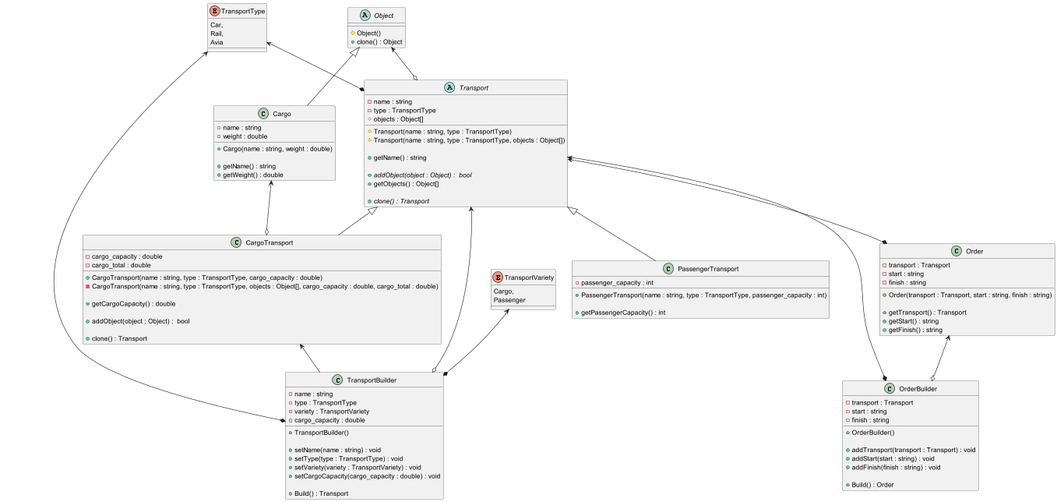
it-top-shambala/TransportCompany_ keeps this PlantUML diagram as class_diagram.png. Above is the earlier version.
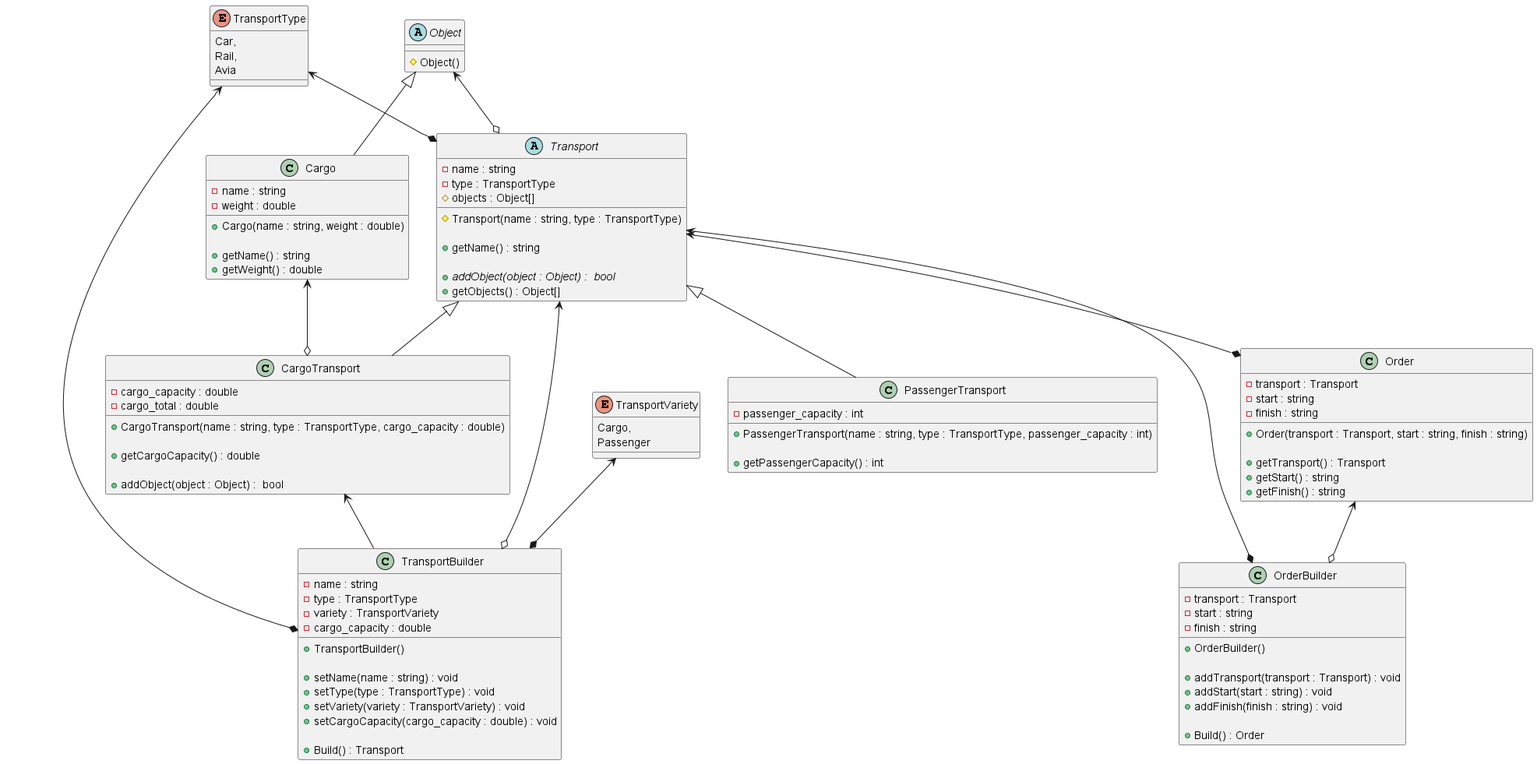
After the commit.

Commit message:
Refactoring (del clone())

What changed in the source:
```diff
@@ -8,7 +8,6 @@
 
 abstract class Object {
 # Object()
-+ clone() : Object
 }
 
 Object <|-- Cargo
@@ -31,14 +30,11 @@
 # objects : Object[]
 
 # Transport(name : string, type : TransportType)
-# Transport(name : string, type : TransportType, objects : Object[])
 
 + getName() : string
 
 + {abstract} addObject(object : Object) :  bool
 + getObjects() : Object[]
-
-+ {abstract} clone() : Transport
 }
 
 Transport <|-- CargoTransport
@@ -48,13 +44,10 @@
 - cargo_total : double
 
 + CargoTransport(name : string, type : TransportType, cargo_capacity : double)
-- CargoTransport(name : string, type : TransportType, objects : Object[], cargo_capacity : double, cargo_total : double)
 
 + getCargoCapacity() : double
 
 + addObject(object : Object) :  bool
-
-+ clone() : Transport
 }
 
 Transport <|-- PassengerTransport
```
